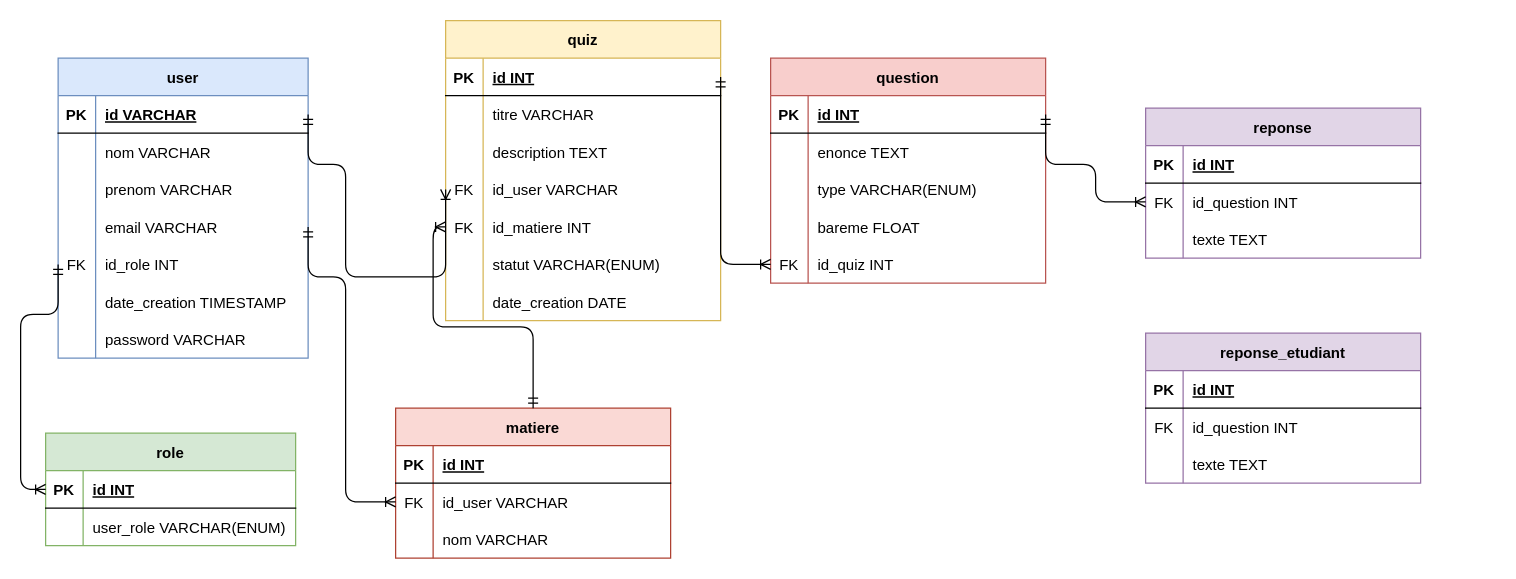
Before: base_de_donnee.drawio in fathia09/Projet-Long, a draw.io diagram. Source tidied: cells renumbered, new cells numbered last; positions are measured from the earlier drawing's top-left corner, leaving out a move shared by most shapes. Both pictures are drawn from the tidied source at 125%, with x=0, y=0 at pixel (20, 20).
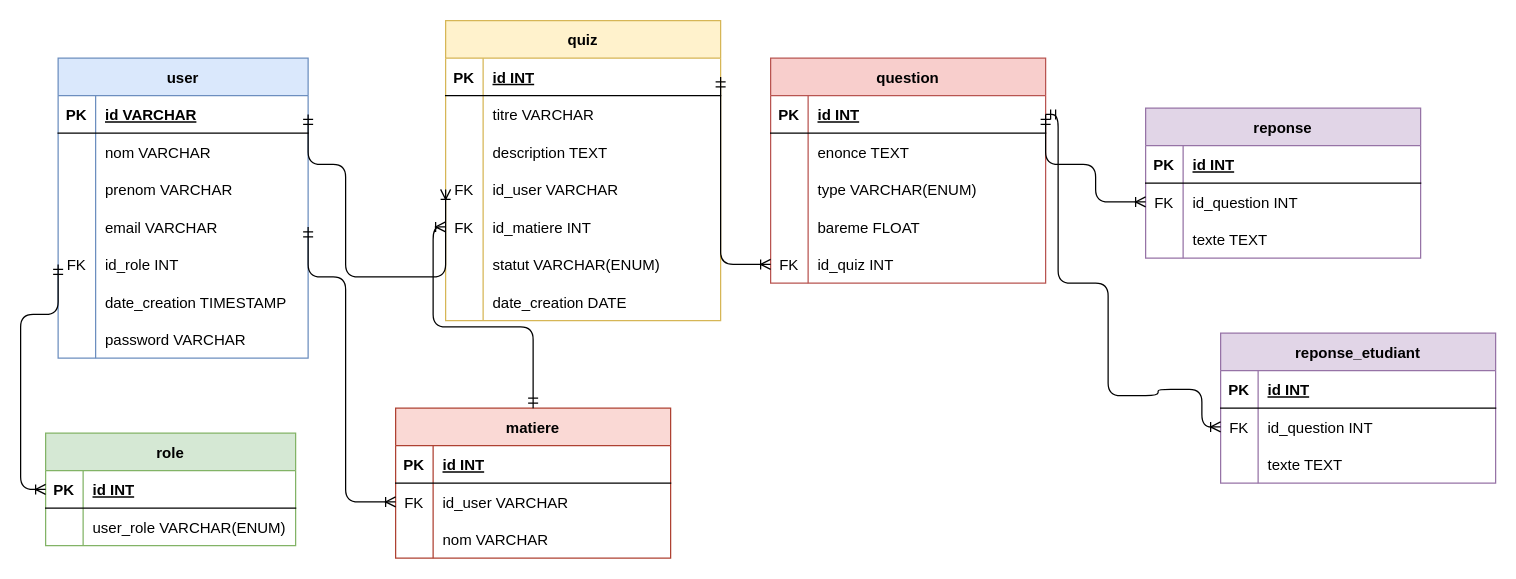
After the change.

Commit message:
modification base de donnée ajout d'une clé étrangère

The change refers to these unchanged cells:
```xml
<mxCell id="54" style="shape=tableRow;horizontal=0;startSize=0;swimlaneHead=0;swimlaneBody=0;fillColor=none;points=[[0,0.5],[1,0.5]];portConstraint=eastwest;top=0;left=0;right=0;bottom=1;" parent="53" vertex="1">
  <mxGeometry y="30" width="220" height="30" as="geometry" />
</mxCell>
<mxCell id="99" style="shape=tableRow;horizontal=0;startSize=0;swimlaneHead=0;swimlaneBody=0;fillColor=none;points=[[0,0.5],[1,0.5]];portConstraint=eastwest;top=0;left=0;right=0;bottom=0;" parent="95" vertex="1">
  <mxGeometry y="60" width="220" height="30" as="geometry" />
</mxCell>
```

The edit, as a diff of the source:
```diff
@@
     <mxCell id="95" value="reponse_etudiant" style="shape=table;startSize=30;childLayout=tableLayout;rowLines=0;fontStyle=1;align=center;fillColor=#e1d5e7;strokeColor=#9673a6;" parent="1" vertex="1">
-      <mxGeometry x="900" y="250" width="220" height="120" as="geometry" />
+      <mxGeometry x="960" y="250" width="220" height="120" as="geometry" />
     </mxCell>
@@
+    <mxCell id="105" style="edgeStyle=orthogonalEdgeStyle;fontSize=12;html=1;endArrow=ERoneToMany;startArrow=ERmandOne;exitX=1;exitY=0.5;exitDx=0;exitDy=0;entryX=0;entryY=0.5;entryDx=0;entryDy=0;" parent="1" edge="1" source="54" target="99">
+      <mxGeometry relative="1" as="geometry">
+        <Array as="points">
+          <mxPoint x="830" y="75" />
+          <mxPoint x="830" y="210" />
+          <mxPoint x="870" y="210" />
+          <mxPoint x="870" y="300" />
+          <mxPoint x="910" y="300" />
+          <mxPoint x="910" y="295" />
+          <mxPoint x="945" y="295" />
+          <mxPoint x="945" y="325" />
+        </Array>
+      </mxGeometry>
+    </mxCell>
```
